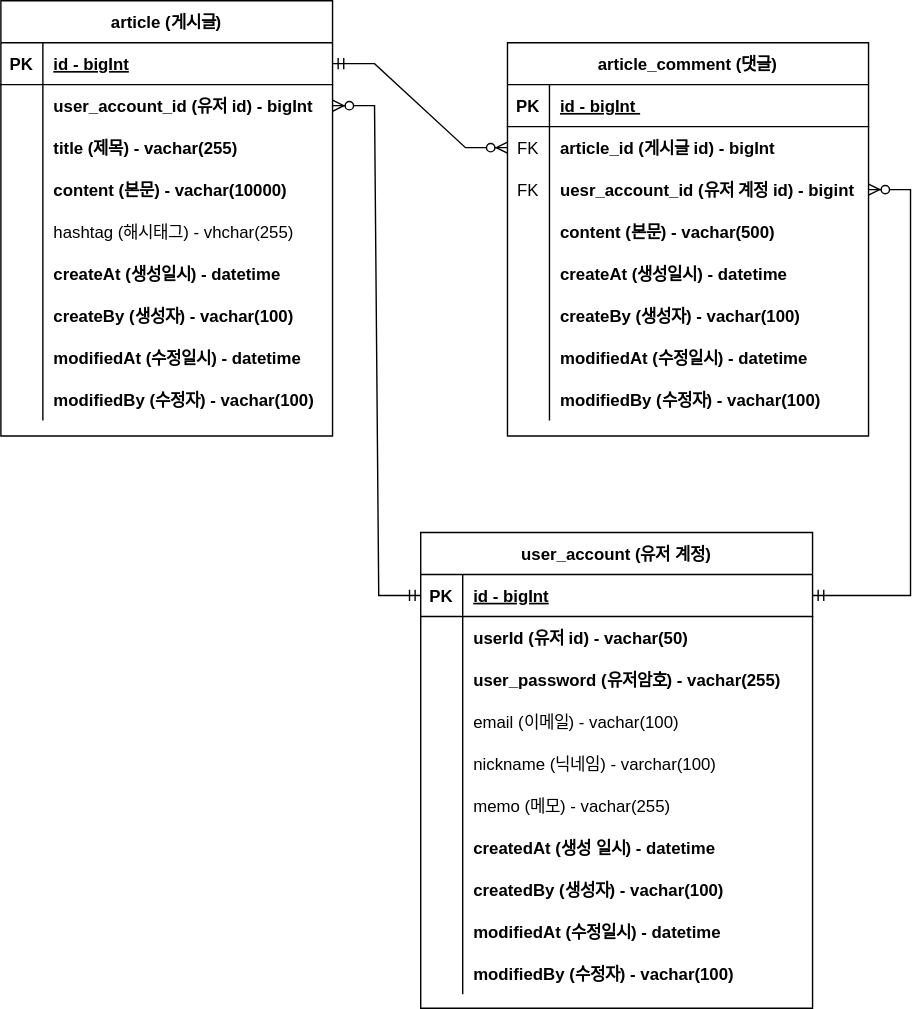
This is board/document/board-erd.svg from goodbyeyo/jpa-springboot, a draw.io export, as it was before one commit. Source tidied: cells renumbered, new cells last; positions are measured from the earlier drawing's top-left corner, leaving out a move shared by most shapes.
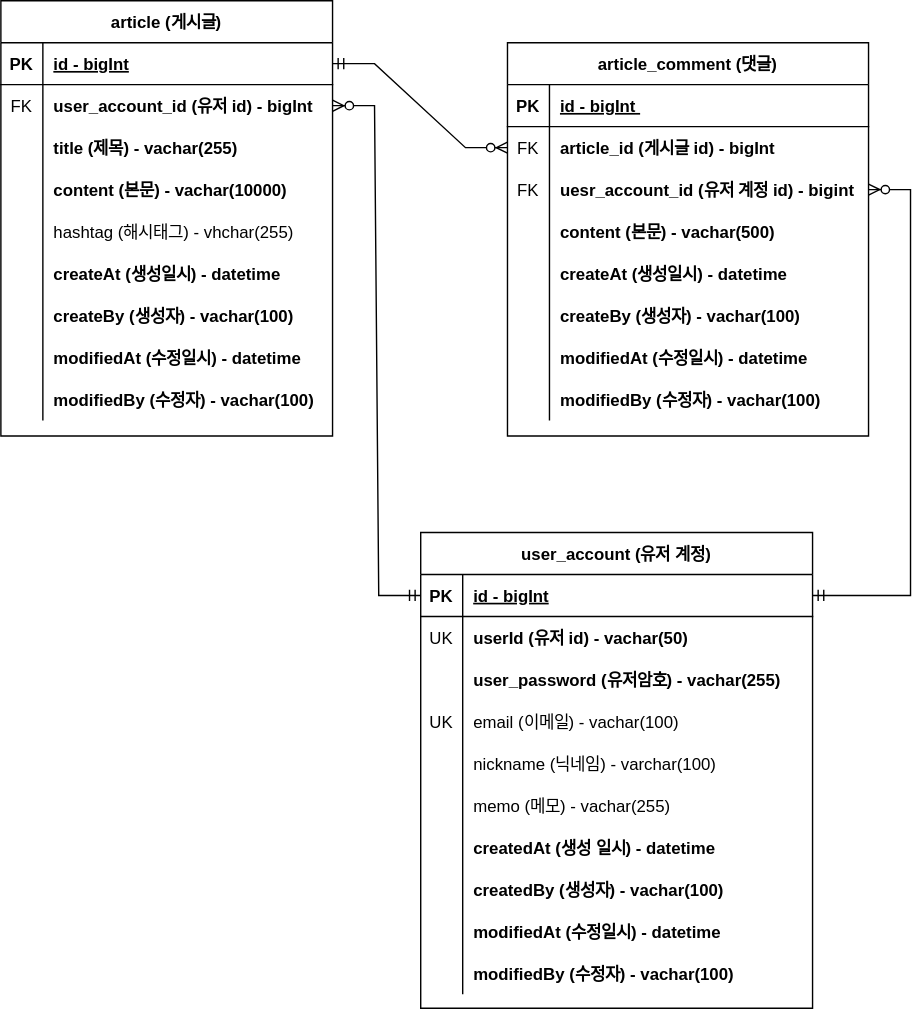
After the commit.

Commit message:
board-erd 업데이트 - userAccount 테이블 userId, email ->Unique key 추가

What changed in the source:
```diff
@@ -17,7 +17,7 @@
     <mxCell id="6" style="shape=partialRectangle;fillColor=none;points=[[0,0.5],[1,0.5]];portConstraint=eastwest;top=0;left=0;right=0;bottom=0;" parent="2" vertex="1">
       <mxGeometry y="60" width="237" height="30" as="geometry" />
     </mxCell>
-    <mxCell id="7" style="shape=partialRectangle;overflow=hidden;fillColor=none;top=0;left=0;bottom=0;right=0;" parent="6" vertex="1">
+    <mxCell id="7" value="FK" style="shape=partialRectangle;overflow=hidden;fillColor=none;top=0;left=0;bottom=0;right=0;" parent="6" vertex="1">
       <mxGeometry width="30" height="30" as="geometry" />
     </mxCell>
     <mxCell id="8" value="user_account_id (유저 id) - bigInt" style="shape=partialRectangle;overflow=hidden;fillColor=none;top=0;left=0;bottom=0;right=0;align=left;spacingLeft=6;fontStyle=1;" parent="6" vertex="1">
@@ -179,7 +179,7 @@
     <mxCell id="60" style="shape=partialRectangle;fillColor=none;top=0;left=0;right=0;bottom=0;" parent="56" vertex="1">
       <mxGeometry y="60" width="280" height="30" as="geometry" />
     </mxCell>
-    <mxCell id="61" style="shape=partialRectangle;overflow=hidden;fillColor=none;top=0;left=0;bottom=0;right=0;" parent="60" vertex="1">
+    <mxCell id="61" value="UK" style="shape=partialRectangle;overflow=hidden;fillColor=none;top=0;left=0;bottom=0;right=0;" parent="60" vertex="1">
       <mxGeometry width="30" height="30" as="geometry" />
     </mxCell>
     <mxCell id="62" value="userId (유저 id) - vachar(50)" style="shape=partialRectangle;overflow=hidden;fillColor=none;top=0;left=0;bottom=0;right=0;align=left;spacingLeft=6;fontStyle=1;" parent="60" vertex="1">
@@ -197,7 +197,7 @@
     <mxCell id="66" style="shape=partialRectangle;fillColor=none;top=0;left=0;right=0;bottom=0;" parent="56" vertex="1">
       <mxGeometry y="120" width="280" height="30" as="geometry" />
     </mxCell>
-    <mxCell id="67" style="shape=partialRectangle;overflow=hidden;fillColor=none;top=0;left=0;bottom=0;right=0;" parent="66" vertex="1">
+    <mxCell id="67" value="UK" style="shape=partialRectangle;overflow=hidden;fillColor=none;top=0;left=0;bottom=0;right=0;" parent="66" vertex="1">
       <mxGeometry width="30" height="30" as="geometry" />
     </mxCell>
     <mxCell id="68" value="email (이메일) - vachar(100)" style="shape=partialRectangle;overflow=hidden;fillColor=none;top=0;left=0;bottom=0;right=0;align=left;spacingLeft=6;fontStyle=0;" parent="66" vertex="1">
```
